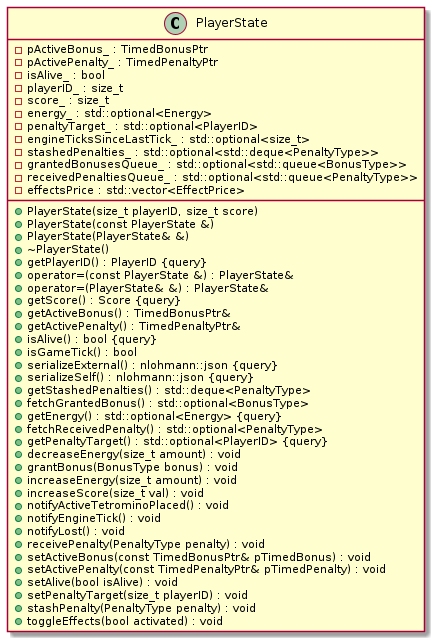
ulb-info2-group5/Royal-Blocks keeps this PlantUML diagram as res/uml/class/PlayerStateClass.png. Above is the earlier version. Its source is kept beside it as doc/uml/class/game/tetris_royal_lib/PlayerStateClass.plantuml. The source it was exported from:
```plantuml
@startuml PlayerStateClass






class PlayerState {
	+PlayerState(size_t playerID, size_t score)
	+PlayerState(const PlayerState &)
	+PlayerState(PlayerState& &)
	+~PlayerState()
	+getPlayerID() : PlayerID {query}
	+operator=(const PlayerState &) : PlayerState&
	+operator=(PlayerState& &) : PlayerState&
	+getScore() : Score {query}
	-pActiveBonus_ : TimedBonusPtr
	+getActiveBonus() : TimedBonusPtr&
	-pActivePenalty_ : TimedPenaltyPtr
	+getActivePenalty() : TimedPenaltyPtr&
	+isAlive() : bool {query}
	-isAlive_ : bool
	+isGameTick() : bool
	+serializeExternal() : nlohmann::json {query}
	+serializeSelf() : nlohmann::json {query}
	-playerID_ : size_t
	-score_ : size_t
	+getStashedPenalties() : std::deque<PenaltyType>
	+fetchGrantedBonus() : std::optional<BonusType>
	-energy_ : std::optional<Energy>
	+getEnergy() : std::optional<Energy> {query}
	+fetchReceivedPenalty() : std::optional<PenaltyType>
	+getPenaltyTarget() : std::optional<PlayerID> {query}
	-penaltyTarget_ : std::optional<PlayerID>
	-engineTicksSinceLastTick_ : std::optional<size_t>
	-stashedPenalties_ : std::optional<std::deque<PenaltyType>>
	-grantedBonusesQueue_ : std::optional<std::queue<BonusType>>
	-receivedPenaltiesQueue_ : std::optional<std::queue<PenaltyType>>
	-effectsPrice : std::vector<EffectPrice>
	+decreaseEnergy(size_t amount) : void
	+grantBonus(BonusType bonus) : void
	+increaseEnergy(size_t amount) : void
	+increaseScore(size_t val) : void
	+notifyActiveTetrominoPlaced() : void
	+notifyEngineTick() : void
	+notifyLost() : void
	+receivePenalty(PenaltyType penalty) : void
	+setActiveBonus(const TimedBonusPtr& pTimedBonus) : void
	+setActivePenalty(const TimedPenaltyPtr& pTimedPenalty) : void
	+setAlive(bool isAlive) : void
	+setPenaltyTarget(size_t playerID) : void
	+stashPenalty(PenaltyType penalty) : void
	+toggleEffects(bool activated) : void
}

















@enduml
```
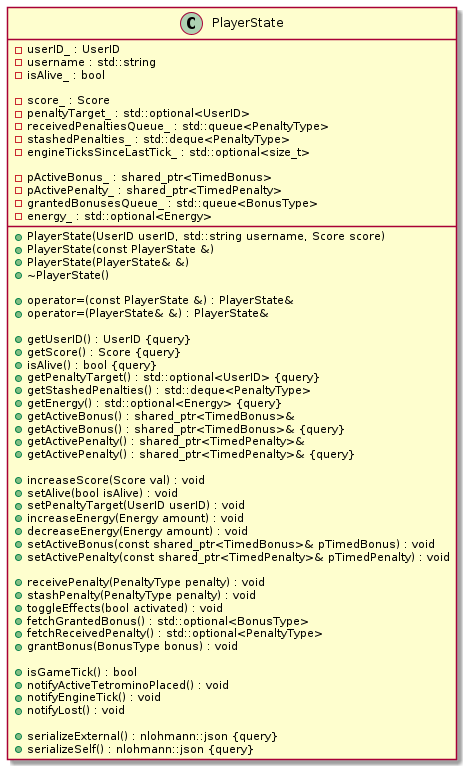
Above is the later version.

Diff of the diagram source:
```diff
@@ -5,52 +5,64 @@
 
 
 
+
 class PlayerState {
-	+PlayerState(size_t playerID, size_t score)
+	-userID_ : UserID
+	-username : std::string
+	-isAlive_ : bool
+
+	-score_ : Score
+	-penaltyTarget_ : std::optional<UserID>
+	-receivedPenaltiesQueue_ : std::queue<PenaltyType>
+	-stashedPenalties_ : std::deque<PenaltyType>
+	-engineTicksSinceLastTick_ : std::optional<size_t>
+
+	-pActiveBonus_ : shared_ptr<TimedBonus>
+	-pActivePenalty_ : shared_ptr<TimedPenalty>
+	-grantedBonusesQueue_ : std::queue<BonusType>
+	-energy_ : std::optional<Energy>
+
+	+PlayerState(UserID userID, std::string username, Score score)
 	+PlayerState(const PlayerState &)
 	+PlayerState(PlayerState& &)
 	+~PlayerState()
-	+getPlayerID() : PlayerID {query}
+
 	+operator=(const PlayerState &) : PlayerState&
 	+operator=(PlayerState& &) : PlayerState&
+
+	+getUserID() : UserID {query}
 	+getScore() : Score {query}
-	-pActiveBonus_ : TimedBonusPtr
-	+getActiveBonus() : TimedBonusPtr&
-	-pActivePenalty_ : TimedPenaltyPtr
-	+getActivePenalty() : TimedPenaltyPtr&
 	+isAlive() : bool {query}
-	-isAlive_ : bool
+	+getPenaltyTarget() : std::optional<UserID> {query}
+	+getStashedPenalties() : std::deque<PenaltyType>
+	+getEnergy() : std::optional<Energy> {query}
+	+getActiveBonus() : shared_ptr<TimedBonus>&
+	+getActiveBonus() : shared_ptr<TimedBonus>& {query}
+	+getActivePenalty() : shared_ptr<TimedPenalty>&
+	+getActivePenalty() : shared_ptr<TimedPenalty>& {query}
+
+	+increaseScore(Score val) : void
+	+setAlive(bool isAlive) : void
+	+setPenaltyTarget(UserID userID) : void
+	+increaseEnergy(Energy amount) : void
+	+decreaseEnergy(Energy amount) : void
+	+setActiveBonus(const shared_ptr<TimedBonus>& pTimedBonus) : void
+	+setActivePenalty(const shared_ptr<TimedPenalty>& pTimedPenalty) : void
+
+	+receivePenalty(PenaltyType penalty) : void
+	+stashPenalty(PenaltyType penalty) : void
+	+toggleEffects(bool activated) : void
+	+fetchGrantedBonus() : std::optional<BonusType>
+	+fetchReceivedPenalty() : std::optional<PenaltyType>
+	+grantBonus(BonusType bonus) : void
+
 	+isGameTick() : bool
-	+serializeExternal() : nlohmann::json {query}
-	+serializeSelf() : nlohmann::json {query}
-	-playerID_ : size_t
-	-score_ : size_t
-	+getStashedPenalties() : std::deque<PenaltyType>
-	+fetchGrantedBonus() : std::optional<BonusType>
-	-energy_ : std::optional<Energy>
-	+getEnergy() : std::optional<Energy> {query}
-	+fetchReceivedPenalty() : std::optional<PenaltyType>
-	+getPenaltyTarget() : std::optional<PlayerID> {query}
-	-penaltyTarget_ : std::optional<PlayerID>
-	-engineTicksSinceLastTick_ : std::optional<size_t>
-	-stashedPenalties_ : std::optional<std::deque<PenaltyType>>
-	-grantedBonusesQueue_ : std::optional<std::queue<BonusType>>
-	-receivedPenaltiesQueue_ : std::optional<std::queue<PenaltyType>>
-	-effectsPrice : std::vector<EffectPrice>
-	+decreaseEnergy(size_t amount) : void
-	+grantBonus(BonusType bonus) : void
-	+increaseEnergy(size_t amount) : void
-	+increaseScore(size_t val) : void
 	+notifyActiveTetrominoPlaced() : void
 	+notifyEngineTick() : void
 	+notifyLost() : void
-	+receivePenalty(PenaltyType penalty) : void
-	+setActiveBonus(const TimedBonusPtr& pTimedBonus) : void
-	+setActivePenalty(const TimedPenaltyPtr& pTimedPenalty) : void
-	+setAlive(bool isAlive) : void
-	+setPenaltyTarget(size_t playerID) : void
-	+stashPenalty(PenaltyType penalty) : void
-	+toggleEffects(bool activated) : void
+
+	+serializeExternal() : nlohmann::json {query}
+	+serializeSelf() : nlohmann::json {query}
 }
 
 
```
